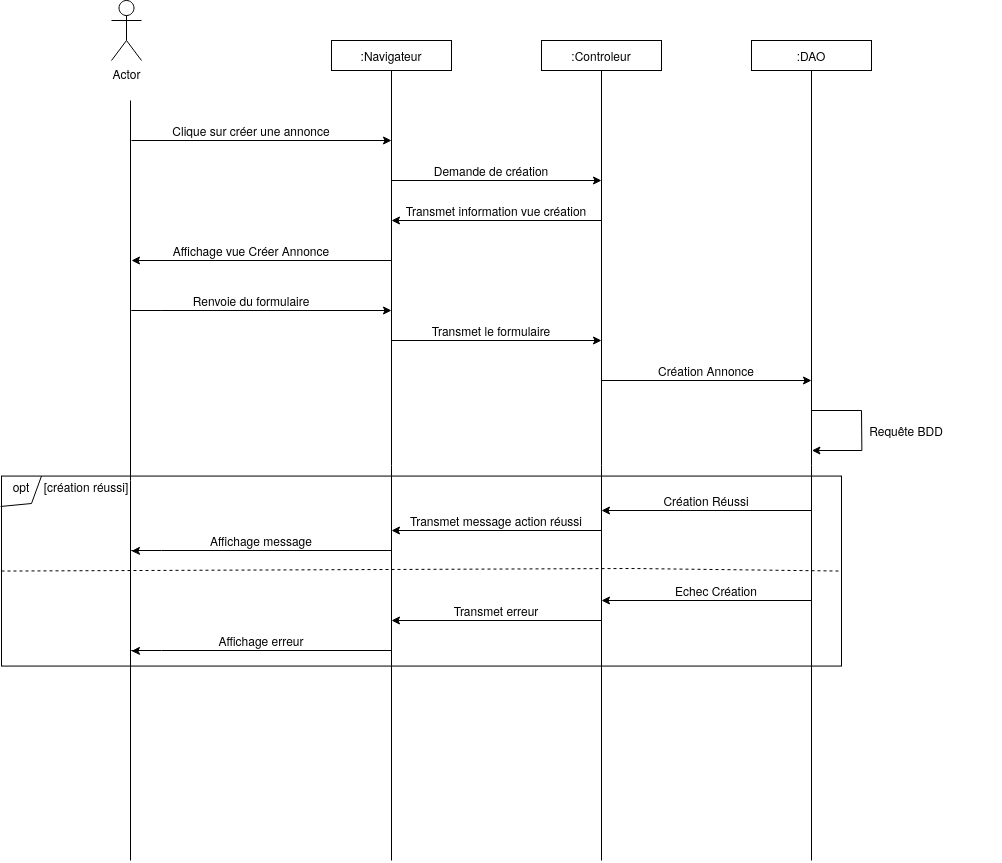
The draw.io diagram Conception/DS_annonce.png in SkavenWannabe/ArtEntraide, before a commit. Source tidied: cells renumbered, new cells last; positions are measured from the earlier drawing's top-left corner, leaving out a move shared by most shapes.
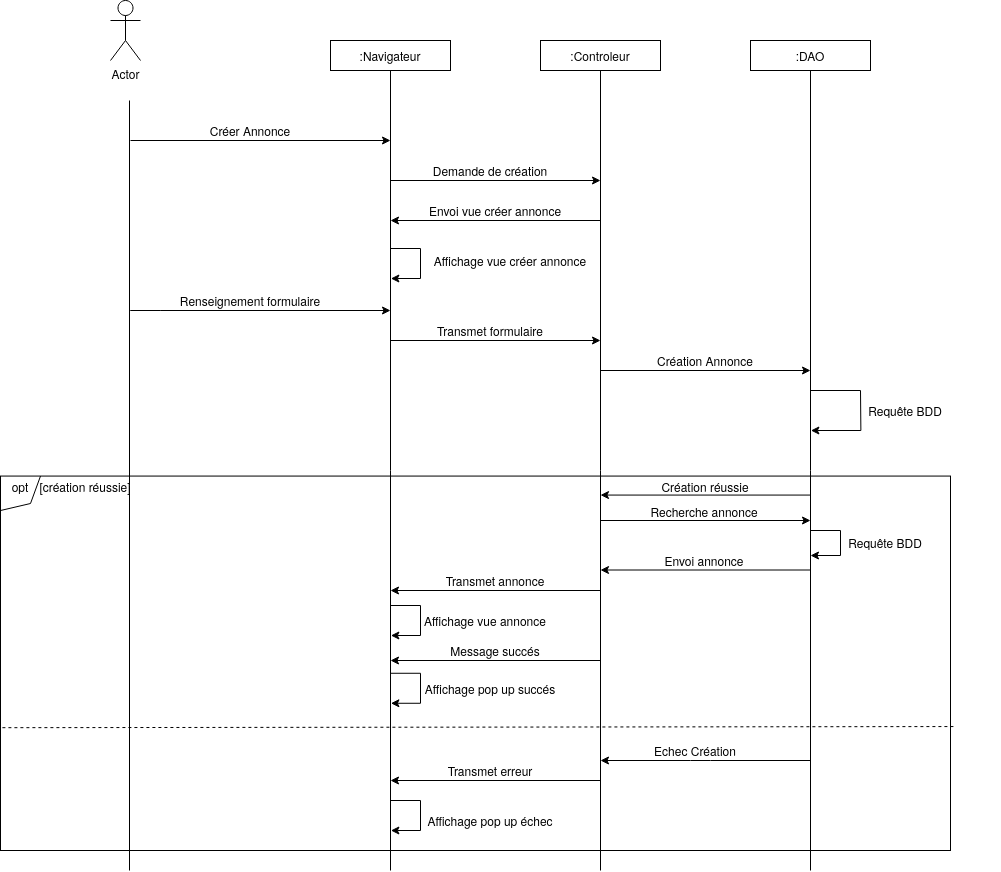
The same diagram one commit later.

The edit, as a diff of the source:
```diff
@@ -3,7 +3,7 @@
     <mxCell id="0" />
     <mxCell id="1" parent="0" />
     <mxCell id="2" style="rounded=0;whiteSpace=wrap;html=1;" parent="1" vertex="1">
-      <mxGeometry y="475.6" width="840" height="190" as="geometry" />
+      <mxGeometry y="475.6" width="950" height="374.4" as="geometry" />
     </mxCell>
     <mxCell id="3" value="Actor" style="shape=umlActor;verticalLabelPosition=bottom;verticalAlign=top;html=1;" parent="1" vertex="1">
       <mxGeometry x="110" width="30" height="60" as="geometry" />
@@ -13,13 +13,13 @@
     </mxCell>
     <mxCell id="5" style="endArrow=none;html=1;" parent="1" edge="1">
       <mxGeometry relative="1" as="geometry">
-        <mxPoint x="129" y="860" as="sourcePoint" />
+        <mxPoint x="129" y="870" as="sourcePoint" />
         <mxPoint x="129" y="100" as="targetPoint" />
       </mxGeometry>
     </mxCell>
     <mxCell id="6" style="endArrow=none;html=1;entryX=0.5;entryY=1;entryDx=0;entryDy=0;" parent="1" edge="1" target="4">
       <mxGeometry relative="1" as="geometry">
-        <mxPoint x="390" y="860" as="sourcePoint" />
+        <mxPoint x="390" y="870" as="sourcePoint" />
       </mxGeometry>
     </mxCell>
     <mxCell id="7" value=":Controleur" style="rounded=0;whiteSpace=wrap;html=1;" parent="1" vertex="1">
@@ -27,7 +27,7 @@
     </mxCell>
     <mxCell id="8" style="endArrow=none;html=1;entryX=0.5;entryY=1;entryDx=0;entryDy=0;" parent="1" edge="1" target="7">
       <mxGeometry relative="1" as="geometry">
-        <mxPoint x="600" y="860" as="sourcePoint" />
+        <mxPoint x="600" y="870" as="sourcePoint" />
       </mxGeometry>
     </mxCell>
     <mxCell id="9" value=":DAO" style="rounded=0;whiteSpace=wrap;html=1;" parent="1" vertex="1">
@@ -35,17 +35,13 @@
     </mxCell>
     <mxCell id="10" style="endArrow=none;html=1;entryX=0.5;entryY=1;entryDx=0;entryDy=0;" parent="1" edge="1" target="9">
       <mxGeometry relative="1" as="geometry">
-        <mxPoint x="810" y="860" as="sourcePoint" />
+        <mxPoint x="810" y="870" as="sourcePoint" />
       </mxGeometry>
     </mxCell>
-    <mxCell id="11" style="endArrow=none;dashed=1;html=1;exitX=0;exitY=0.5;exitDx=0;exitDy=0;entryX=1;entryY=0.5;entryDx=0;entryDy=0;" parent="1" edge="1" source="2" target="2">
-      <mxGeometry relative="1" as="geometry">
-        <Array as="points">
-          <mxPoint x="631" y="568" />
-        </Array>
-      </mxGeometry>
+    <mxCell id="11" style="endArrow=none;dashed=1;html=1;exitX=0.002;exitY=0.672;exitDx=0;exitDy=0;entryX=1.004;entryY=0.669;entryDx=0;entryDy=0;exitPerimeter=0;entryPerimeter=0;" parent="1" edge="1" source="2" target="2">
+      <mxGeometry relative="1" as="geometry" />
     </mxCell>
-    <mxCell id="12" style="endArrow=none;html=1;exitX=-0.001;exitY=0.16;exitDx=0;exitDy=0;exitPerimeter=0;rounded=0;entryX=1;entryY=0;entryDx=0;entryDy=0;" parent="1" edge="1" source="2" target="27">
+    <mxCell id="12" style="endArrow=none;html=1;exitX=0;exitY=0.092;exitDx=0;exitDy=0;exitPerimeter=0;rounded=0;entryX=1;entryY=0;entryDx=0;entryDy=0;" parent="1" edge="1" source="2" target="27">
       <mxGeometry relative="1" as="geometry">
         <Array as="points">
           <mxPoint x="30" y="503" />
@@ -58,7 +54,7 @@
         <mxPoint x="390" y="140" as="targetPoint" />
       </mxGeometry>
     </mxCell>
-    <mxCell id="14" value="Clique sur créer une annonce" style="text;html=1;strokeColor=none;fillColor=none;align=center;verticalAlign=middle;whiteSpace=wrap;rounded=0;" parent="1" vertex="1">
+    <mxCell id="14" value="Créer Annonce" style="text;html=1;strokeColor=none;fillColor=none;align=center;verticalAlign=middle;whiteSpace=wrap;rounded=0;" parent="1" vertex="1">
       <mxGeometry x="160" y="120" width="180" height="20" as="geometry" />
     </mxCell>
     <mxCell id="15" style="endArrow=classic;html=1;" parent="1" edge="1">
@@ -76,17 +72,11 @@
         <mxPoint x="390" y="220" as="targetPoint" />
       </mxGeometry>
     </mxCell>
-    <mxCell id="18" value="Transmet information vue création" style="text;html=1;strokeColor=none;fillColor=none;align=center;verticalAlign=middle;whiteSpace=wrap;rounded=0;" parent="1" vertex="1">
+    <mxCell id="18" value="Envoi vue créer annonce" style="text;html=1;strokeColor=none;fillColor=none;align=center;verticalAlign=middle;whiteSpace=wrap;rounded=0;" parent="1" vertex="1">
       <mxGeometry x="400" y="200" width="190" height="20" as="geometry" />
     </mxCell>
-    <mxCell id="19" style="endArrow=none;html=1;startArrow=classic;startFill=1;endFill=0;" parent="1" edge="1">
-      <mxGeometry relative="1" as="geometry">
-        <mxPoint x="130" y="260" as="sourcePoint" />
-        <mxPoint x="390" y="260" as="targetPoint" />
-      </mxGeometry>
-    </mxCell>
-    <mxCell id="20" value="Affichage vue Créer Annonce" style="text;html=1;strokeColor=none;fillColor=none;align=center;verticalAlign=middle;whiteSpace=wrap;rounded=0;" parent="1" vertex="1">
-      <mxGeometry x="160" y="240" width="180" height="20" as="geometry" />
+    <mxCell id="20" value="Affichage vue créer annonce" style="text;html=1;strokeColor=none;fillColor=none;align=center;verticalAlign=middle;whiteSpace=wrap;rounded=0;" parent="1" vertex="1">
+      <mxGeometry x="420" y="250" width="180" height="20" as="geometry" />
     </mxCell>
     <mxCell id="21" style="endArrow=classic;html=1;rounded=0;" parent="1" edge="1">
       <mxGeometry relative="1" as="geometry">
@@ -98,7 +88,7 @@
         </Array>
       </mxGeometry>
     </mxCell>
-    <mxCell id="22" value="Renvoie du formulaire" style="text;html=1;strokeColor=none;fillColor=none;align=center;verticalAlign=middle;whiteSpace=wrap;rounded=0;" parent="1" vertex="1">
+    <mxCell id="22" value="Renseignement formulaire" style="text;html=1;strokeColor=none;fillColor=none;align=center;verticalAlign=middle;whiteSpace=wrap;rounded=0;" parent="1" vertex="1">
       <mxGeometry x="160" y="290" width="180" height="20" as="geometry" />
     </mxCell>
     <mxCell id="23" style="endArrow=classic;html=1;" parent="1" edge="1">
@@ -107,98 +97,164 @@
         <mxPoint x="600" y="340" as="targetPoint" />
       </mxGeometry>
     </mxCell>
-    <mxCell id="24" value="Transmet le formulaire " style="text;html=1;strokeColor=none;fillColor=none;align=center;verticalAlign=middle;whiteSpace=wrap;rounded=0;" parent="1" vertex="1">
+    <mxCell id="24" value="Transmet formulaire " style="text;html=1;strokeColor=none;fillColor=none;align=center;verticalAlign=middle;whiteSpace=wrap;rounded=0;" parent="1" vertex="1">
       <mxGeometry x="395" y="320" width="190" height="20" as="geometry" />
     </mxCell>
     <mxCell id="25" style="endArrow=classic;html=1;" parent="1" edge="1">
       <mxGeometry relative="1" as="geometry">
-        <mxPoint x="600" y="380" as="sourcePoint" />
-        <mxPoint x="810" y="380" as="targetPoint" />
+        <mxPoint x="600" y="370" as="sourcePoint" />
+        <mxPoint x="810" y="370" as="targetPoint" />
       </mxGeometry>
     </mxCell>
     <mxCell id="26" value="Création Annonce" style="text;html=1;strokeColor=none;fillColor=none;align=center;verticalAlign=middle;whiteSpace=wrap;rounded=0;" parent="1" vertex="1">
-      <mxGeometry x="610" y="360" width="190" height="20" as="geometry" />
+      <mxGeometry x="610" y="350" width="190" height="20" as="geometry" />
     </mxCell>
     <mxCell id="27" value="opt" style="text;html=1;strokeColor=none;fillColor=none;align=center;verticalAlign=middle;whiteSpace=wrap;rounded=0;" parent="1" vertex="1">
       <mxGeometry y="475.6" width="40" height="20" as="geometry" />
     </mxCell>
     <mxCell id="28" style="endArrow=classic;html=1;rounded=0;" parent="1" edge="1">
       <mxGeometry relative="1" as="geometry">
-        <mxPoint x="810" y="410" as="sourcePoint" />
-        <mxPoint x="810.4" y="450" as="targetPoint" />
+        <mxPoint x="810" y="390" as="sourcePoint" />
+        <mxPoint x="810.4" y="430" as="targetPoint" />
         <Array as="points">
-          <mxPoint x="860" y="410" />
-          <mxPoint x="860.4" y="450" />
+          <mxPoint x="860" y="390" />
+          <mxPoint x="860.4" y="430" />
         </Array>
       </mxGeometry>
     </mxCell>
     <mxCell id="29" value="Requête BDD" style="text;html=1;strokeColor=none;fillColor=none;align=center;verticalAlign=middle;whiteSpace=wrap;rounded=0;" parent="1" vertex="1">
-      <mxGeometry x="810" y="420" width="190" height="20" as="geometry" />
+      <mxGeometry x="810" y="400" width="190" height="20" as="geometry" />
     </mxCell>
-    <mxCell id="30" value="[création réussi]" style="text;html=1;strokeColor=none;fillColor=none;align=center;verticalAlign=middle;whiteSpace=wrap;rounded=0;" parent="1" vertex="1">
+    <mxCell id="30" value="[création réussie]" style="text;html=1;strokeColor=none;fillColor=none;align=center;verticalAlign=middle;whiteSpace=wrap;rounded=0;" parent="1" vertex="1">
       <mxGeometry x="30" y="475.6" width="110" height="20" as="geometry" />
     </mxCell>
     <mxCell id="31" style="endArrow=none;html=1;startArrow=classic;startFill=1;endFill=0;" parent="1" edge="1">
       <mxGeometry relative="1" as="geometry">
-        <mxPoint x="600" y="510" as="sourcePoint" />
-        <mxPoint x="810" y="510" as="targetPoint" />
+        <mxPoint x="600" y="494.6" as="sourcePoint" />
+        <mxPoint x="810" y="494.6" as="targetPoint" />
       </mxGeometry>
     </mxCell>
-    <mxCell id="32" value="Création Réussi" style="text;html=1;strokeColor=none;fillColor=none;align=center;verticalAlign=middle;whiteSpace=wrap;rounded=0;" parent="1" vertex="1">
-      <mxGeometry x="610" y="490" width="190" height="20" as="geometry" />
+    <mxCell id="32" value="Création réussie" style="text;html=1;strokeColor=none;fillColor=none;align=center;verticalAlign=middle;whiteSpace=wrap;rounded=0;" parent="1" vertex="1">
+      <mxGeometry x="610" y="475.6" width="190" height="20" as="geometry" />
     </mxCell>
-    <mxCell id="33" value="Transmet message action réussi" style="text;html=1;strokeColor=none;fillColor=none;align=center;verticalAlign=middle;whiteSpace=wrap;rounded=0;" parent="1" vertex="1">
-      <mxGeometry x="400" y="510" width="190" height="20" as="geometry" />
+    <mxCell id="33" value="Transmet annonce" style="text;html=1;strokeColor=none;fillColor=none;align=center;verticalAlign=middle;whiteSpace=wrap;rounded=0;" parent="1" vertex="1">
+      <mxGeometry x="400" y="570" width="190" height="20" as="geometry" />
     </mxCell>
     <mxCell id="34" style="endArrow=classic;html=1;" parent="1" edge="1">
       <mxGeometry relative="1" as="geometry">
-        <mxPoint x="600" y="530" as="sourcePoint" />
-        <mxPoint x="390" y="530" as="targetPoint" />
+        <mxPoint x="600" y="590" as="sourcePoint" />
+        <mxPoint x="390" y="590" as="targetPoint" />
       </mxGeometry>
     </mxCell>
-    <mxCell id="35" style="endArrow=none;html=1;rounded=0;startArrow=classic;startFill=1;endFill=0;" parent="1" edge="1">
-      <mxGeometry relative="1" as="geometry">
-        <mxPoint x="130" y="550.5" as="sourcePoint" />
-        <mxPoint x="390" y="550" as="targetPoint" />
-        <Array as="points">
-          <mxPoint x="130" y="550" />
-          <mxPoint x="160" y="550" />
-        </Array>
-      </mxGeometry>
-    </mxCell>
-    <mxCell id="36" value="Affichage message" style="text;html=1;strokeColor=none;fillColor=none;align=center;verticalAlign=middle;whiteSpace=wrap;rounded=0;" parent="1" vertex="1">
-      <mxGeometry x="170" y="530" width="180" height="20" as="geometry" />
+    <mxCell id="36" value="Affichage pop up succés " style="text;html=1;strokeColor=none;fillColor=none;align=center;verticalAlign=middle;whiteSpace=wrap;rounded=0;" parent="1" vertex="1">
+      <mxGeometry x="400" y="677.8" width="180" height="20" as="geometry" />
     </mxCell>
     <mxCell id="37" style="endArrow=none;html=1;startArrow=classic;startFill=1;endFill=0;" parent="1" edge="1">
       <mxGeometry relative="1" as="geometry">
-        <mxPoint x="600" y="600" as="sourcePoint" />
-        <mxPoint x="810" y="600" as="targetPoint" />
+        <mxPoint x="600" y="760" as="sourcePoint" />
+        <mxPoint x="810" y="760" as="targetPoint" />
+        <Array as="points">
+          <mxPoint x="700" y="760" />
+        </Array>
       </mxGeometry>
     </mxCell>
     <mxCell id="38" value="Echec Création" style="text;html=1;strokeColor=none;fillColor=none;align=center;verticalAlign=middle;whiteSpace=wrap;rounded=0;" parent="1" vertex="1">
-      <mxGeometry x="620" y="580" width="190" height="20" as="geometry" />
+      <mxGeometry x="600" y="740" width="190" height="20" as="geometry" />
     </mxCell>
     <mxCell id="39" style="endArrow=classic;html=1;" parent="1" edge="1">
       <mxGeometry relative="1" as="geometry">
-        <mxPoint x="600" y="620" as="sourcePoint" />
-        <mxPoint x="390" y="620" as="targetPoint" />
+        <mxPoint x="600" y="780" as="sourcePoint" />
+        <mxPoint x="390" y="780" as="targetPoint" />
       </mxGeometry>
     </mxCell>
     <mxCell id="40" value="Transmet erreur" style="text;html=1;strokeColor=none;fillColor=none;align=center;verticalAlign=middle;whiteSpace=wrap;rounded=0;" parent="1" vertex="1">
-      <mxGeometry x="400" y="600" width="190" height="20" as="geometry" />
+      <mxGeometry x="395" y="760" width="190" height="20" as="geometry" />
     </mxCell>
-    <mxCell id="41" style="endArrow=none;html=1;rounded=0;startArrow=classic;startFill=1;endFill=0;" parent="1" edge="1">
-      <mxGeometry relative="1" as="geometry">
-        <mxPoint x="130" y="650.5" as="sourcePoint" />
-        <mxPoint x="390" y="650" as="targetPoint" />
-        <Array as="points">
-          <mxPoint x="130" y="650" />
-          <mxPoint x="160" y="650" />
-        </Array>
-      </mxGeometry>
-    </mxCell>
-    <mxCell id="42" value="Affichage erreur" style="text;html=1;strokeColor=none;fillColor=none;align=center;verticalAlign=middle;whiteSpace=wrap;rounded=0;" parent="1" vertex="1">
-      <mxGeometry x="170" y="630" width="180" height="20" as="geometry" />
-    </mxCell>
+    <mxCell id="43" style="endArrow=classic;html=1;rounded=0;" parent="1" edge="1">
+      <mxGeometry relative="1" as="geometry">
+        <mxPoint x="390" y="248" as="sourcePoint" />
+        <mxPoint x="390.4" y="278" as="targetPoint" />
+        <Array as="points">
+          <mxPoint x="420" y="248" />
+          <mxPoint x="420" y="278" />
+        </Array>
+      </mxGeometry>
+    </mxCell>
+    <mxCell id="44" style="endArrow=classic;html=1;rounded=0;" parent="1" edge="1">
+      <mxGeometry relative="1" as="geometry">
+        <mxPoint x="390" y="800" as="sourcePoint" />
+        <mxPoint x="390.4" y="830" as="targetPoint" />
+        <Array as="points">
+          <mxPoint x="420" y="800" />
+          <mxPoint x="420" y="830" />
+        </Array>
+      </mxGeometry>
+    </mxCell>
+    <mxCell id="45" style="endArrow=classic;html=1;rounded=0;" parent="1" edge="1">
+      <mxGeometry relative="1" as="geometry">
+        <mxPoint x="390" y="605" as="sourcePoint" />
+        <mxPoint x="390.4" y="635" as="targetPoint" />
+        <Array as="points">
+          <mxPoint x="420" y="605" />
+          <mxPoint x="420" y="635" />
+        </Array>
+      </mxGeometry>
+    </mxCell>
+    <mxCell id="46" style="endArrow=classic;html=1;rounded=0;" parent="1" edge="1">
+      <mxGeometry relative="1" as="geometry">
+        <mxPoint x="390" y="672.8" as="sourcePoint" />
+        <mxPoint x="390.4" y="702.8" as="targetPoint" />
+        <Array as="points">
+          <mxPoint x="420" y="672.8" />
+          <mxPoint x="420" y="702.8" />
+        </Array>
+      </mxGeometry>
+    </mxCell>
+    <mxCell id="47" style="endArrow=classic;html=1;startArrow=none;startFill=0;endFill=1;" parent="1" edge="1">
+      <mxGeometry relative="1" as="geometry">
+        <mxPoint x="600" y="520" as="sourcePoint" />
+        <mxPoint x="810" y="520" as="targetPoint" />
+      </mxGeometry>
+    </mxCell>
+    <mxCell id="48" value="Recherche annonce" style="text;html=1;strokeColor=none;fillColor=none;align=center;verticalAlign=middle;whiteSpace=wrap;rounded=0;" parent="1" vertex="1">
+      <mxGeometry x="609" y="500.6" width="190" height="20" as="geometry" />
+    </mxCell>
+    <mxCell id="49" style="endArrow=classic;html=1;rounded=0;" parent="1" edge="1">
+      <mxGeometry relative="1" as="geometry">
+        <mxPoint x="810" y="530" as="sourcePoint" />
+        <mxPoint x="810" y="555" as="targetPoint" />
+        <Array as="points">
+          <mxPoint x="840" y="530" />
+          <mxPoint x="840" y="555" />
+        </Array>
+      </mxGeometry>
+    </mxCell>
+    <mxCell id="50" value="Requête BDD" style="text;html=1;strokeColor=none;fillColor=none;align=center;verticalAlign=middle;whiteSpace=wrap;rounded=0;" parent="1" vertex="1">
+      <mxGeometry x="790" y="532" width="190" height="20" as="geometry" />
+    </mxCell>
+    <mxCell id="51" style="endArrow=none;html=1;startArrow=classic;startFill=1;endFill=0;" parent="1" edge="1">
+      <mxGeometry relative="1" as="geometry">
+        <mxPoint x="600" y="569.5" as="sourcePoint" />
+        <mxPoint x="810" y="569.5" as="targetPoint" />
+      </mxGeometry>
+    </mxCell>
+    <mxCell id="52" value="Envoi annonce" style="text;html=1;strokeColor=none;fillColor=none;align=center;verticalAlign=middle;whiteSpace=wrap;rounded=0;" parent="1" vertex="1">
+      <mxGeometry x="609" y="550" width="190" height="20" as="geometry" />
+    </mxCell>
+    <mxCell id="53" style="endArrow=classic;html=1;" parent="1" edge="1">
+      <mxGeometry relative="1" as="geometry">
+        <mxPoint x="600" y="660" as="sourcePoint" />
+        <mxPoint x="390" y="660" as="targetPoint" />
+      </mxGeometry>
+    </mxCell>
+    <mxCell id="54" value="Message succés" style="text;html=1;strokeColor=none;fillColor=none;align=center;verticalAlign=middle;whiteSpace=wrap;rounded=0;" parent="1" vertex="1">
+      <mxGeometry x="400" y="640" width="190" height="20" as="geometry" />
+    </mxCell>
+    <mxCell id="55" value="Affichage vue annonce" style="text;html=1;strokeColor=none;fillColor=none;align=center;verticalAlign=middle;whiteSpace=wrap;rounded=0;" parent="1" vertex="1">
+      <mxGeometry x="395" y="610" width="180" height="20" as="geometry" />
+    </mxCell>
+    <mxCell id="56" value="Affichage pop up échec " style="text;html=1;strokeColor=none;fillColor=none;align=center;verticalAlign=middle;whiteSpace=wrap;rounded=0;" parent="1" vertex="1">
+      <mxGeometry x="400" y="810" width="180" height="20" as="geometry" />
+    </mxCell>
   </root>
 </mxGraphModel>
```
